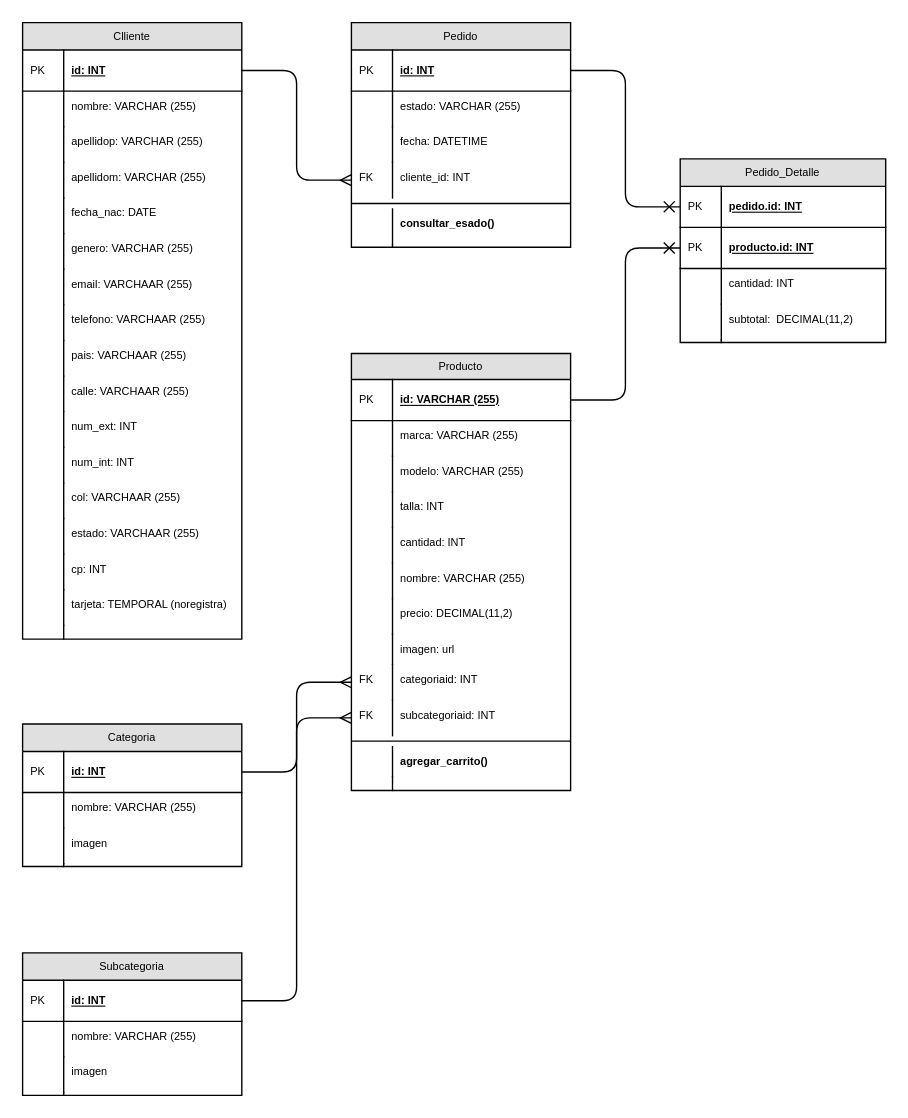
This is diagrams/entidad-relacion.drawio from IsmaelFajardo/Mint_project, a draw.io file, before an edit. Source tidied: cells renumbered, new cells numbered last; positions are measured from the earlier drawing's top-left corner, leaving out a move shared by most shapes. Both pictures are drawn from the tidied source at 137%, with x=0, y=0 at pixel (22, 22).
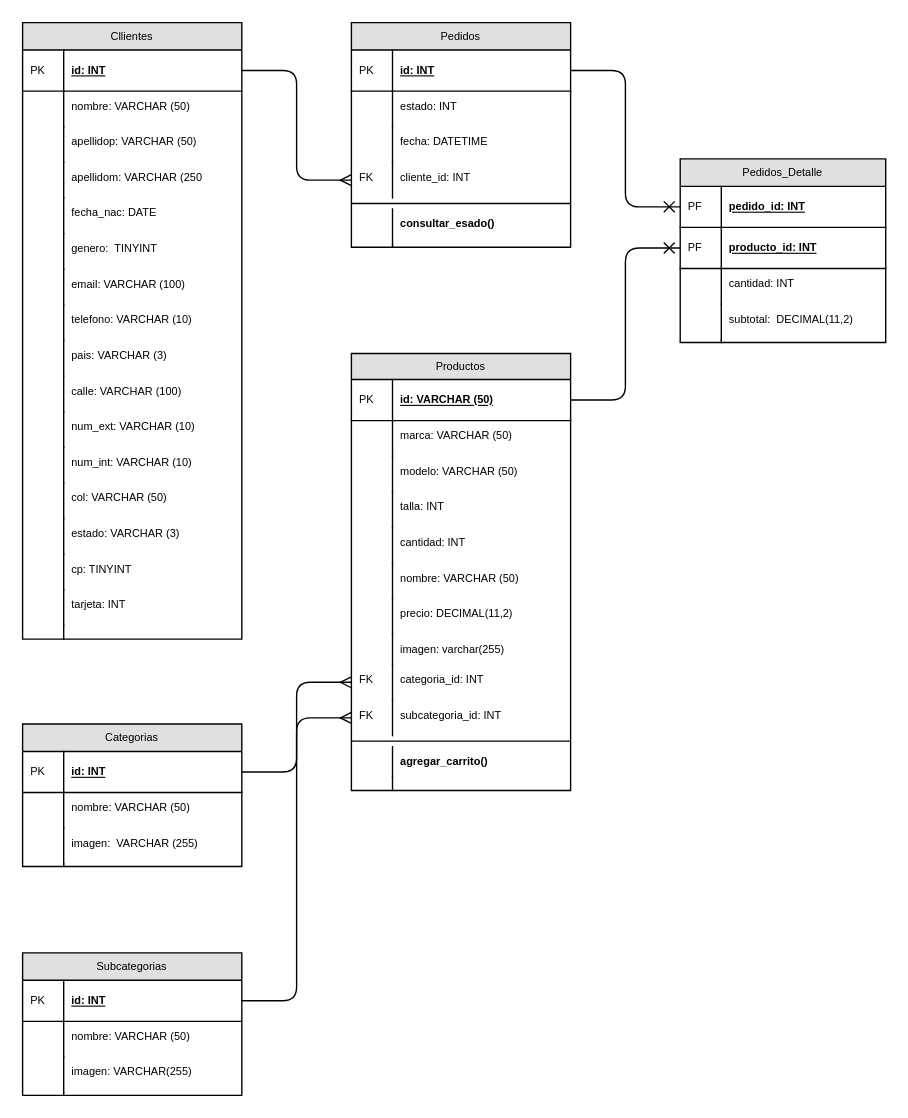
Above is the later version.

Diff of the diagram source:
```diff
@@
-    <mxCell id="2" value="Clliente" style="swimlane;fontStyle=0;horizontal=1;startSize=20;fillColor=#e0e0e0;swimlaneFillColor=#ffffff;align=center;fontSize=8;" parent="1" vertex="1">
+    <mxCell id="2" value="Cllientes" style="swimlane;fontStyle=0;horizontal=1;startSize=20;fillColor=#e0e0e0;swimlaneFillColor=#ffffff;align=center;fontSize=8;" parent="1" vertex="1">
       <mxGeometry width="160" height="450" as="geometry" />
     </mxCell>
@@
-    <mxCell id="5" value="nombre: VARCHAR (255)" style="shape=partialRectangle;top=0;left=0;right=0;bottom=0;align=left;verticalAlign=top;fillColor=none;spacingLeft=34;spacingRight=4;overflow=hidden;fontSize=8;" parent="2" vertex="1">
+    <mxCell id="5" value="nombre: VARCHAR (50)" style="shape=partialRectangle;top=0;left=0;right=0;bottom=0;align=left;verticalAlign=top;fillColor=none;spacingLeft=34;spacingRight=4;overflow=hidden;fontSize=8;" parent="2" vertex="1">
       <mxGeometry y="50" width="160" height="26" as="geometry" />
     </mxCell>
@@
-    <mxCell id="7" value="apellidop: VARCHAR (255)" style="shape=partialRectangle;top=0;left=0;right=0;bottom=0;align=left;verticalAlign=top;fillColor=none;spacingLeft=34;spacingRight=4;overflow=hidden;fontSize=8;" parent="2" vertex="1">
+    <mxCell id="7" value="apellidop: VARCHAR (50)" style="shape=partialRectangle;top=0;left=0;right=0;bottom=0;align=left;verticalAlign=top;fillColor=none;spacingLeft=34;spacingRight=4;overflow=hidden;fontSize=8;" parent="2" vertex="1">
       <mxGeometry y="76" width="160" height="26" as="geometry" />
     </mxCell>
@@
-    <mxCell id="9" value="apellidom: VARCHAR (255)" style="shape=partialRectangle;top=0;left=0;right=0;bottom=0;align=left;verticalAlign=top;fillColor=none;spacingLeft=34;spacingRight=4;overflow=hidden;fontSize=8;" parent="2" vertex="1">
+    <mxCell id="9" value="apellidom: VARCHAR (250" style="shape=partialRectangle;top=0;left=0;right=0;bottom=0;align=left;verticalAlign=top;fillColor=none;spacingLeft=34;spacingRight=4;overflow=hidden;fontSize=8;" parent="2" vertex="1">
       <mxGeometry y="102" width="160" height="26" as="geometry" />
     </mxCell>
@@
-    <mxCell id="13" value="genero: VARCHAR (255)" style="shape=partialRectangle;top=0;left=0;right=0;bottom=0;align=left;verticalAlign=top;fillColor=none;spacingLeft=34;spacingRight=4;overflow=hidden;fontSize=8;" parent="2" vertex="1">
+    <mxCell id="13" value="genero:  TINYINT" style="shape=partialRectangle;top=0;left=0;right=0;bottom=0;align=left;verticalAlign=top;fillColor=none;spacingLeft=34;spacingRight=4;overflow=hidden;fontSize=8;" parent="2" vertex="1">
       <mxGeometry y="154" width="160" height="26" as="geometry" />
     </mxCell>
@@
-    <mxCell id="15" value="email: VARCHAAR (255)" style="shape=partialRectangle;top=0;left=0;right=0;bottom=0;align=left;verticalAlign=top;fillColor=none;spacingLeft=34;spacingRight=4;overflow=hidden;fontSize=8;" parent="2" vertex="1">
+    <mxCell id="15" value="email: VARCHAR (100)" style="shape=partialRectangle;top=0;left=0;right=0;bottom=0;align=left;verticalAlign=top;fillColor=none;spacingLeft=34;spacingRight=4;overflow=hidden;fontSize=8;" parent="2" vertex="1">
       <mxGeometry y="180" width="160" height="26" as="geometry" />
     </mxCell>
@@
-    <mxCell id="17" value="telefono: VARCHAAR (255)" style="shape=partialRectangle;top=0;left=0;right=0;bottom=0;align=left;verticalAlign=top;fillColor=none;spacingLeft=34;spacingRight=4;overflow=hidden;fontSize=8;" parent="2" vertex="1">
+    <mxCell id="17" value="telefono: VARCHAR (10)" style="shape=partialRectangle;top=0;left=0;right=0;bottom=0;align=left;verticalAlign=top;fillColor=none;spacingLeft=34;spacingRight=4;overflow=hidden;fontSize=8;" parent="2" vertex="1">
       <mxGeometry y="206" width="160" height="26" as="geometry" />
     </mxCell>
@@
-    <mxCell id="19" value="pais: VARCHAAR (255)" style="shape=partialRectangle;top=0;left=0;right=0;bottom=0;align=left;verticalAlign=top;fillColor=none;spacingLeft=34;spacingRight=4;overflow=hidden;fontSize=8;" parent="2" vertex="1">
+    <mxCell id="19" value="pais: VARCHAR (3)" style="shape=partialRectangle;top=0;left=0;right=0;bottom=0;align=left;verticalAlign=top;fillColor=none;spacingLeft=34;spacingRight=4;overflow=hidden;fontSize=8;" parent="2" vertex="1">
       <mxGeometry y="232" width="160" height="26" as="geometry" />
     </mxCell>
@@
-    <mxCell id="21" value="calle: VARCHAAR (255)" style="shape=partialRectangle;top=0;left=0;right=0;bottom=0;align=left;verticalAlign=top;fillColor=none;spacingLeft=34;spacingRight=4;overflow=hidden;fontSize=8;" parent="2" vertex="1">
+    <mxCell id="21" value="calle: VARCHAR (100)" style="shape=partialRectangle;top=0;left=0;right=0;bottom=0;align=left;verticalAlign=top;fillColor=none;spacingLeft=34;spacingRight=4;overflow=hidden;fontSize=8;" parent="2" vertex="1">
       <mxGeometry y="258" width="160" height="26" as="geometry" />
     </mxCell>
@@
-    <mxCell id="23" value="num_ext: INT" style="shape=partialRectangle;top=0;left=0;right=0;bottom=0;align=left;verticalAlign=top;fillColor=none;spacingLeft=34;spacingRight=4;overflow=hidden;fontSize=8;" parent="2" vertex="1">
+    <mxCell id="23" value="num_ext: VARCHAR (10)" style="shape=partialRectangle;top=0;left=0;right=0;bottom=0;align=left;verticalAlign=top;fillColor=none;spacingLeft=34;spacingRight=4;overflow=hidden;fontSize=8;" parent="2" vertex="1">
       <mxGeometry y="284" width="160" height="26" as="geometry" />
     </mxCell>
@@
-    <mxCell id="25" value="num_int: INT" style="shape=partialRectangle;top=0;left=0;right=0;bottom=0;align=left;verticalAlign=top;fillColor=none;spacingLeft=34;spacingRight=4;overflow=hidden;fontSize=8;" parent="2" vertex="1">
+    <mxCell id="25" value="num_int: VARCHAR (10)" style="shape=partialRectangle;top=0;left=0;right=0;bottom=0;align=left;verticalAlign=top;fillColor=none;spacingLeft=34;spacingRight=4;overflow=hidden;fontSize=8;" parent="2" vertex="1">
       <mxGeometry y="310" width="160" height="26" as="geometry" />
     </mxCell>
@@
-    <mxCell id="27" value="col: VARCHAAR (255)" style="shape=partialRectangle;top=0;left=0;right=0;bottom=0;align=left;verticalAlign=top;fillColor=none;spacingLeft=34;spacingRight=4;overflow=hidden;fontSize=8;" parent="2" vertex="1">
+    <mxCell id="27" value="col: VARCHAR (50)" style="shape=partialRectangle;top=0;left=0;right=0;bottom=0;align=left;verticalAlign=top;fillColor=none;spacingLeft=34;spacingRight=4;overflow=hidden;fontSize=8;" parent="2" vertex="1">
       <mxGeometry y="336" width="160" height="26" as="geometry" />
     </mxCell>
@@
-    <mxCell id="29" value="estado: VARCHAAR (255)" style="shape=partialRectangle;top=0;left=0;right=0;bottom=0;align=left;verticalAlign=top;fillColor=none;spacingLeft=34;spacingRight=4;overflow=hidden;fontSize=8;" parent="2" vertex="1">
+    <mxCell id="29" value="estado: VARCHAR (3)" style="shape=partialRectangle;top=0;left=0;right=0;bottom=0;align=left;verticalAlign=top;fillColor=none;spacingLeft=34;spacingRight=4;overflow=hidden;fontSize=8;" parent="2" vertex="1">
       <mxGeometry y="362" width="160" height="26" as="geometry" />
     </mxCell>
@@
-    <mxCell id="31" value="cp: INT" style="shape=partialRectangle;top=0;left=0;right=0;bottom=0;align=left;verticalAlign=top;fillColor=none;spacingLeft=34;spacingRight=4;overflow=hidden;fontSize=8;" parent="2" vertex="1">
+    <mxCell id="31" value="cp: TINYINT" style="shape=partialRectangle;top=0;left=0;right=0;bottom=0;align=left;verticalAlign=top;fillColor=none;spacingLeft=34;spacingRight=4;overflow=hidden;fontSize=8;" parent="2" vertex="1">
       <mxGeometry y="388" width="160" height="26" as="geometry" />
     </mxCell>
@@
-    <mxCell id="33" value="tarjeta: TEMPORAL (noregistra)" style="shape=partialRectangle;top=0;left=0;right=0;bottom=0;align=left;verticalAlign=top;fillColor=none;spacingLeft=34;spacingRight=4;overflow=hidden;fontSize=8;" parent="2" vertex="1">
+    <mxCell id="33" value="tarjeta: INT" style="shape=partialRectangle;top=0;left=0;right=0;bottom=0;align=left;verticalAlign=top;fillColor=none;spacingLeft=34;spacingRight=4;overflow=hidden;fontSize=8;" parent="2" vertex="1">
       <mxGeometry y="414" width="160" height="26" as="geometry" />
     </mxCell>
@@
-    <mxCell id="37" value="Pedido" style="swimlane;fontStyle=0;horizontal=1;startSize=20;fillColor=#e0e0e0;swimlaneFillColor=#ffffff;align=center;fontSize=8;" parent="1" vertex="1">
+    <mxCell id="37" value="Pedidos" style="swimlane;fontStyle=0;horizontal=1;startSize=20;fillColor=#e0e0e0;swimlaneFillColor=#ffffff;align=center;fontSize=8;" parent="1" vertex="1">
       <mxGeometry x="240" width="160" height="164" as="geometry" />
     </mxCell>
@@
-    <mxCell id="40" value="estado: VARCHAR (255)" style="shape=partialRectangle;top=0;left=0;right=0;bottom=0;align=left;verticalAlign=top;fillColor=none;spacingLeft=34;spacingRight=4;overflow=hidden;fontSize=8;" parent="37" vertex="1">
+    <mxCell id="40" value="estado: INT" style="shape=partialRectangle;top=0;left=0;right=0;bottom=0;align=left;verticalAlign=top;fillColor=none;spacingLeft=34;spacingRight=4;overflow=hidden;fontSize=8;" parent="37" vertex="1">
       <mxGeometry y="50" width="160" height="26" as="geometry" />
     </mxCell>
@@
-    <mxCell id="52" value="Producto" style="swimlane;fontStyle=0;horizontal=1;startSize=19;fillColor=#e0e0e0;swimlaneFillColor=#ffffff;align=center;fontSize=8;" parent="1" vertex="1">
+    <mxCell id="52" value="Productos" style="swimlane;fontStyle=0;horizontal=1;startSize=19;fillColor=#e0e0e0;swimlaneFillColor=#ffffff;align=center;fontSize=8;" parent="1" vertex="1">
       <mxGeometry x="240" y="241.5" width="160" height="319" as="geometry" />
     </mxCell>
-    <mxCell id="53" value="id: VARCHAR (255)" style="shape=partialRectangle;top=0;left=0;right=0;bottom=1;align=left;verticalAlign=middle;fillColor=none;spacingLeft=34;spacingRight=4;overflow=hidden;points=[[0,0.5],[1,0.5]];portConstraint=eastwest;fontStyle=5;fontSize=8;" parent="52" vertex="1">
+    <mxCell id="53" value="id: VARCHAR (50)" style="shape=partialRectangle;top=0;left=0;right=0;bottom=1;align=left;verticalAlign=middle;fillColor=none;spacingLeft=34;spacingRight=4;overflow=hidden;points=[[0,0.5],[1,0.5]];portConstraint=eastwest;fontStyle=5;fontSize=8;" parent="52" vertex="1">
       <mxGeometry y="19" width="160" height="30" as="geometry" />
     </mxCell>
@@
-    <mxCell id="55" value="marca: VARCHAR (255)" style="shape=partialRectangle;top=0;left=0;right=0;bottom=0;align=left;verticalAlign=top;fillColor=none;spacingLeft=34;spacingRight=4;overflow=hidden;fontSize=8;" parent="52" vertex="1">
+    <mxCell id="55" value="marca: VARCHAR (50)" style="shape=partialRectangle;top=0;left=0;right=0;bottom=0;align=left;verticalAlign=top;fillColor=none;spacingLeft=34;spacingRight=4;overflow=hidden;fontSize=8;" parent="52" vertex="1">
       <mxGeometry y="49" width="160" height="26" as="geometry" />
     </mxCell>
@@
-    <mxCell id="57" value="modelo: VARCHAR (255)" style="shape=partialRectangle;top=0;left=0;right=0;bottom=0;align=left;verticalAlign=top;fillColor=none;spacingLeft=34;spacingRight=4;overflow=hidden;fontSize=8;" parent="52" vertex="1">
+    <mxCell id="57" value="modelo: VARCHAR (50)" style="shape=partialRectangle;top=0;left=0;right=0;bottom=0;align=left;verticalAlign=top;fillColor=none;spacingLeft=34;spacingRight=4;overflow=hidden;fontSize=8;" parent="52" vertex="1">
       <mxGeometry y="75" width="160" height="26" as="geometry" />
     </mxCell>
@@
-    <mxCell id="63" value="nombre: VARCHAR (255)" style="shape=partialRectangle;top=0;left=0;right=0;bottom=0;align=left;verticalAlign=top;fillColor=none;spacingLeft=34;spacingRight=4;overflow=hidden;fontSize=8;" parent="52" vertex="1">
+    <mxCell id="63" value="nombre: VARCHAR (50)" style="shape=partialRectangle;top=0;left=0;right=0;bottom=0;align=left;verticalAlign=top;fillColor=none;spacingLeft=34;spacingRight=4;overflow=hidden;fontSize=8;" parent="52" vertex="1">
       <mxGeometry y="153" width="160" height="26" as="geometry" />
     </mxCell>
@@
-    <mxCell id="67" value="imagen: url" style="shape=partialRectangle;top=0;left=0;right=0;bottom=0;align=left;verticalAlign=top;fillColor=none;spacingLeft=34;spacingRight=4;overflow=hidden;fontSize=8;" parent="52" vertex="1">
+    <mxCell id="67" value="imagen: varchar(255)" style="shape=partialRectangle;top=0;left=0;right=0;bottom=0;align=left;verticalAlign=top;fillColor=none;spacingLeft=34;spacingRight=4;overflow=hidden;fontSize=8;" parent="52" vertex="1">
       <mxGeometry y="205" width="160" height="22" as="geometry" />
     </mxCell>
@@
-    <mxCell id="69" value="categoriaid: INT" style="shape=partialRectangle;top=0;left=0;right=0;bottom=0;align=left;verticalAlign=top;fillColor=none;spacingLeft=34;spacingRight=4;overflow=hidden;points=[[0,0.5],[1,0.5]];portConstraint=eastwest;fontSize=8;" parent="52" vertex="1">
+    <mxCell id="69" value="categoria_id: INT" style="shape=partialRectangle;top=0;left=0;right=0;bottom=0;align=left;verticalAlign=top;fillColor=none;spacingLeft=34;spacingRight=4;overflow=hidden;points=[[0,0.5],[1,0.5]];portConstraint=eastwest;fontSize=8;" parent="52" vertex="1">
       <mxGeometry y="227" width="160" height="26" as="geometry" />
     </mxCell>
@@
-    <mxCell id="71" value="subcategoriaid: INT" style="shape=partialRectangle;top=0;left=0;right=0;bottom=0;align=left;verticalAlign=top;fillColor=none;spacingLeft=34;spacingRight=4;overflow=hidden;points=[[0,0.5],[1,0.5]];portConstraint=eastwest;fontSize=8;" parent="52" vertex="1">
+    <mxCell id="71" value="subcategoria_id: INT" style="shape=partialRectangle;top=0;left=0;right=0;bottom=0;align=left;verticalAlign=top;fillColor=none;spacingLeft=34;spacingRight=4;overflow=hidden;points=[[0,0.5],[1,0.5]];portConstraint=eastwest;fontSize=8;" parent="52" vertex="1">
       <mxGeometry y="253" width="160" height="26" as="geometry" />
     </mxCell>
@@
-    <mxCell id="78" value="Pedido_Detalle" style="swimlane;fontStyle=0;horizontal=1;startSize=20;fillColor=#e0e0e0;swimlaneFillColor=#ffffff;align=center;fontSize=8;" parent="1" vertex="1">
+    <mxCell id="78" value="Pedidos_Detalle" style="swimlane;fontStyle=0;horizontal=1;startSize=20;fillColor=#e0e0e0;swimlaneFillColor=#ffffff;align=center;fontSize=8;" parent="1" vertex="1">
       <mxGeometry x="480" y="99.5" width="150" height="134" as="geometry" />
     </mxCell>
-    <mxCell id="79" value="pedido.id: INT" style="shape=partialRectangle;top=0;left=0;right=0;bottom=1;align=left;verticalAlign=middle;fillColor=none;spacingLeft=34;spacingRight=4;overflow=hidden;points=[[0,0.5],[1,0.5]];portConstraint=eastwest;fontStyle=5;fontSize=8;" parent="78" vertex="1">
+    <mxCell id="79" value="pedido_id: INT" style="shape=partialRectangle;top=0;left=0;right=0;bottom=1;align=left;verticalAlign=middle;fillColor=none;spacingLeft=34;spacingRight=4;overflow=hidden;points=[[0,0.5],[1,0.5]];portConstraint=eastwest;fontStyle=5;fontSize=8;" parent="78" vertex="1">
       <mxGeometry y="20" width="150" height="30" as="geometry" />
     </mxCell>
-    <mxCell id="80" value="PK" style="shape=partialRectangle;top=0;left=0;bottom=0;fillColor=none;align=left;verticalAlign=middle;spacingLeft=4;spacingRight=4;overflow=hidden;fontSize=8;" parent="79" vertex="1">
+    <mxCell id="80" value="PF" style="shape=partialRectangle;top=0;left=0;bottom=0;fillColor=none;align=left;verticalAlign=middle;spacingLeft=4;spacingRight=4;overflow=hidden;fontSize=8;" parent="79" vertex="1">
       <mxGeometry width="30" height="30" as="geometry" />
     </mxCell>
-    <mxCell id="81" value="producto.id: INT" style="shape=partialRectangle;top=0;left=0;right=0;bottom=1;align=left;verticalAlign=middle;fillColor=none;spacingLeft=34;spacingRight=4;overflow=hidden;points=[[0,0.5],[1,0.5]];portConstraint=eastwest;fontStyle=5;fontSize=8;" parent="78" vertex="1">
+    <mxCell id="81" value="producto_id: INT" style="shape=partialRectangle;top=0;left=0;right=0;bottom=1;align=left;verticalAlign=middle;fillColor=none;spacingLeft=34;spacingRight=4;overflow=hidden;points=[[0,0.5],[1,0.5]];portConstraint=eastwest;fontStyle=5;fontSize=8;" parent="78" vertex="1">
       <mxGeometry y="50" width="150" height="30" as="geometry" />
     </mxCell>
-    <mxCell id="82" value="PK" style="shape=partialRectangle;top=0;left=0;bottom=0;fillColor=none;align=left;verticalAlign=middle;spacingLeft=4;spacingRight=4;overflow=hidden;fontSize=8;" parent="81" vertex="1">
+    <mxCell id="82" value="PF" style="shape=partialRectangle;top=0;left=0;bottom=0;fillColor=none;align=left;verticalAlign=middle;spacingLeft=4;spacingRight=4;overflow=hidden;fontSize=8;" parent="81" vertex="1">
       <mxGeometry width="30" height="30" as="geometry" />
     </mxCell>
@@
-    <mxCell id="91" value="Subcategoria" style="swimlane;fontStyle=0;horizontal=1;startSize=20;fillColor=#e0e0e0;swimlaneFillColor=#ffffff;align=center;fontSize=8;" parent="1" vertex="1">
+    <mxCell id="91" value="Subcategorias" style="swimlane;fontStyle=0;horizontal=1;startSize=20;fillColor=#e0e0e0;swimlaneFillColor=#ffffff;align=center;fontSize=8;" parent="1" vertex="1">
       <mxGeometry y="679" width="160" height="104" as="geometry" />
     </mxCell>
@@
-    <mxCell id="94" value="nombre: VARCHAR (255)" style="shape=partialRectangle;top=0;left=0;right=0;bottom=0;align=left;verticalAlign=top;fillColor=none;spacingLeft=34;spacingRight=4;overflow=hidden;fontSize=8;" parent="91" vertex="1">
+    <mxCell id="94" value="nombre: VARCHAR (50)" style="shape=partialRectangle;top=0;left=0;right=0;bottom=0;align=left;verticalAlign=top;fillColor=none;spacingLeft=34;spacingRight=4;overflow=hidden;fontSize=8;" parent="91" vertex="1">
       <mxGeometry y="50" width="160" height="26" as="geometry" />
     </mxCell>
@@
-    <mxCell id="96" value="imagen" style="shape=partialRectangle;top=0;left=0;right=0;bottom=0;align=left;verticalAlign=top;fillColor=none;spacingLeft=34;spacingRight=4;overflow=hidden;fontSize=8;" parent="91" vertex="1">
+    <mxCell id="96" value="imagen: VARCHAR(255)" style="shape=partialRectangle;top=0;left=0;right=0;bottom=0;align=left;verticalAlign=top;fillColor=none;spacingLeft=34;spacingRight=4;overflow=hidden;fontSize=8;" parent="91" vertex="1">
       <mxGeometry y="76" width="160" height="26" as="geometry" />
     </mxCell>
@@
-    <mxCell id="101" value="Categoria" style="swimlane;fontStyle=0;horizontal=1;startSize=20;fillColor=#e0e0e0;swimlaneFillColor=#ffffff;align=center;fontSize=8;" parent="1" vertex="1">
+    <mxCell id="101" value="Categorias" style="swimlane;fontStyle=0;horizontal=1;startSize=20;fillColor=#e0e0e0;swimlaneFillColor=#ffffff;align=center;fontSize=8;" parent="1" vertex="1">
       <mxGeometry y="512" width="160" height="104" as="geometry" />
     </mxCell>
@@
-    <mxCell id="104" value="nombre: VARCHAR (255)" style="shape=partialRectangle;top=0;left=0;right=0;bottom=0;align=left;verticalAlign=top;fillColor=none;spacingLeft=34;spacingRight=4;overflow=hidden;fontSize=8;" parent="101" vertex="1">
+    <mxCell id="104" value="nombre: VARCHAR (50)" style="shape=partialRectangle;top=0;left=0;right=0;bottom=0;align=left;verticalAlign=top;fillColor=none;spacingLeft=34;spacingRight=4;overflow=hidden;fontSize=8;" parent="101" vertex="1">
       <mxGeometry y="50" width="160" height="26" as="geometry" />
     </mxCell>
@@
-    <mxCell id="106" value="imagen" style="shape=partialRectangle;top=0;left=0;right=0;bottom=0;align=left;verticalAlign=top;fillColor=none;spacingLeft=34;spacingRight=4;overflow=hidden;fontSize=8;" parent="101" vertex="1">
+    <mxCell id="106" value="imagen:  VARCHAR (255)" style="shape=partialRectangle;top=0;left=0;right=0;bottom=0;align=left;verticalAlign=top;fillColor=none;spacingLeft=34;spacingRight=4;overflow=hidden;fontSize=8;" parent="101" vertex="1">
       <mxGeometry y="76" width="160" height="26" as="geometry" />
     </mxCell>
```
